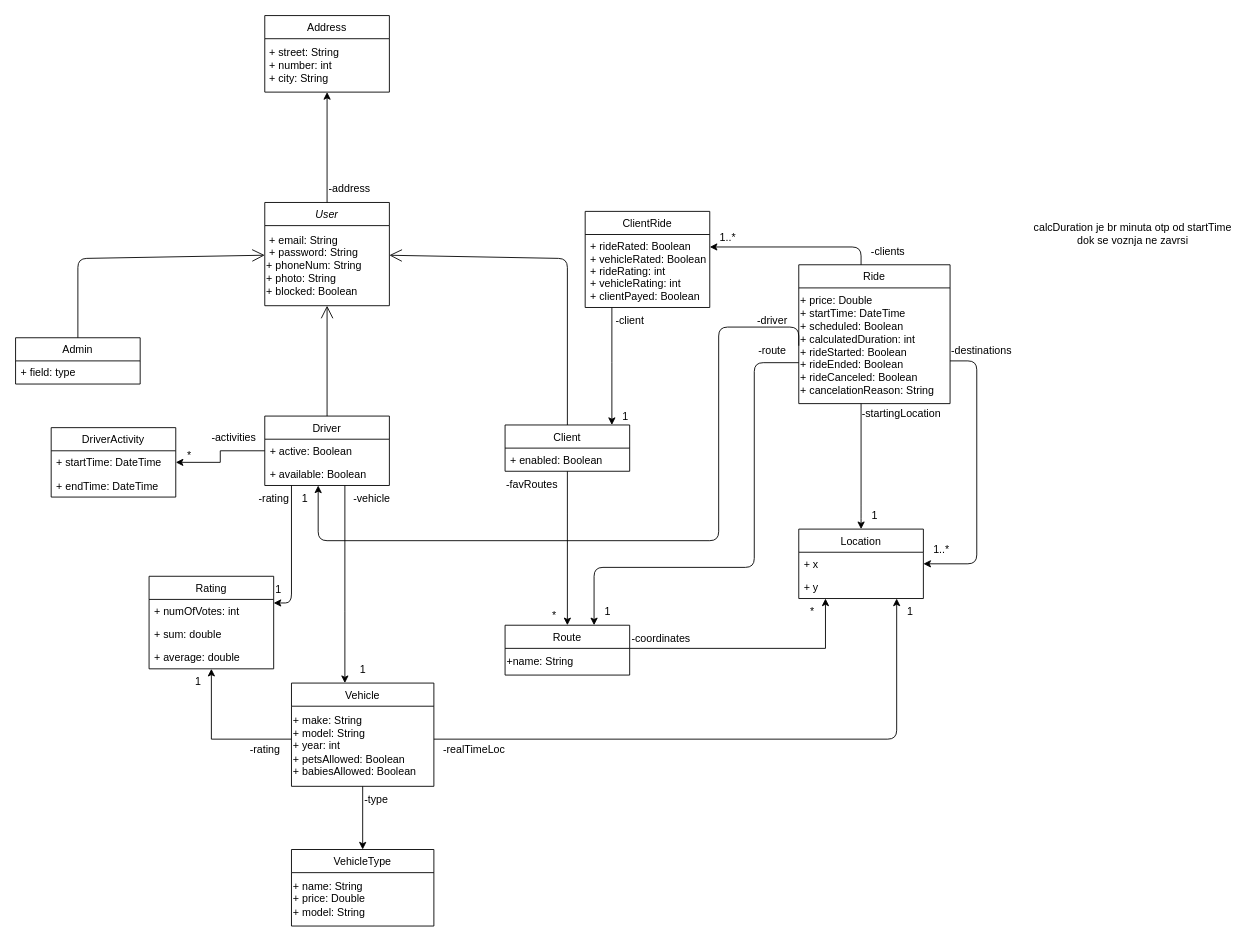
The draw.io diagram classDiagram.drawio in dragicevic19/nwtkts-uber, before the edit. Source tidied: cells renumbered, new cells numbered last; positions are measured from the earlier drawing's top-left corner, leaving out a move shared by most shapes. Both pictures are drawn from the tidied source at 89%, with x=0, y=0 at pixel (15, 15).
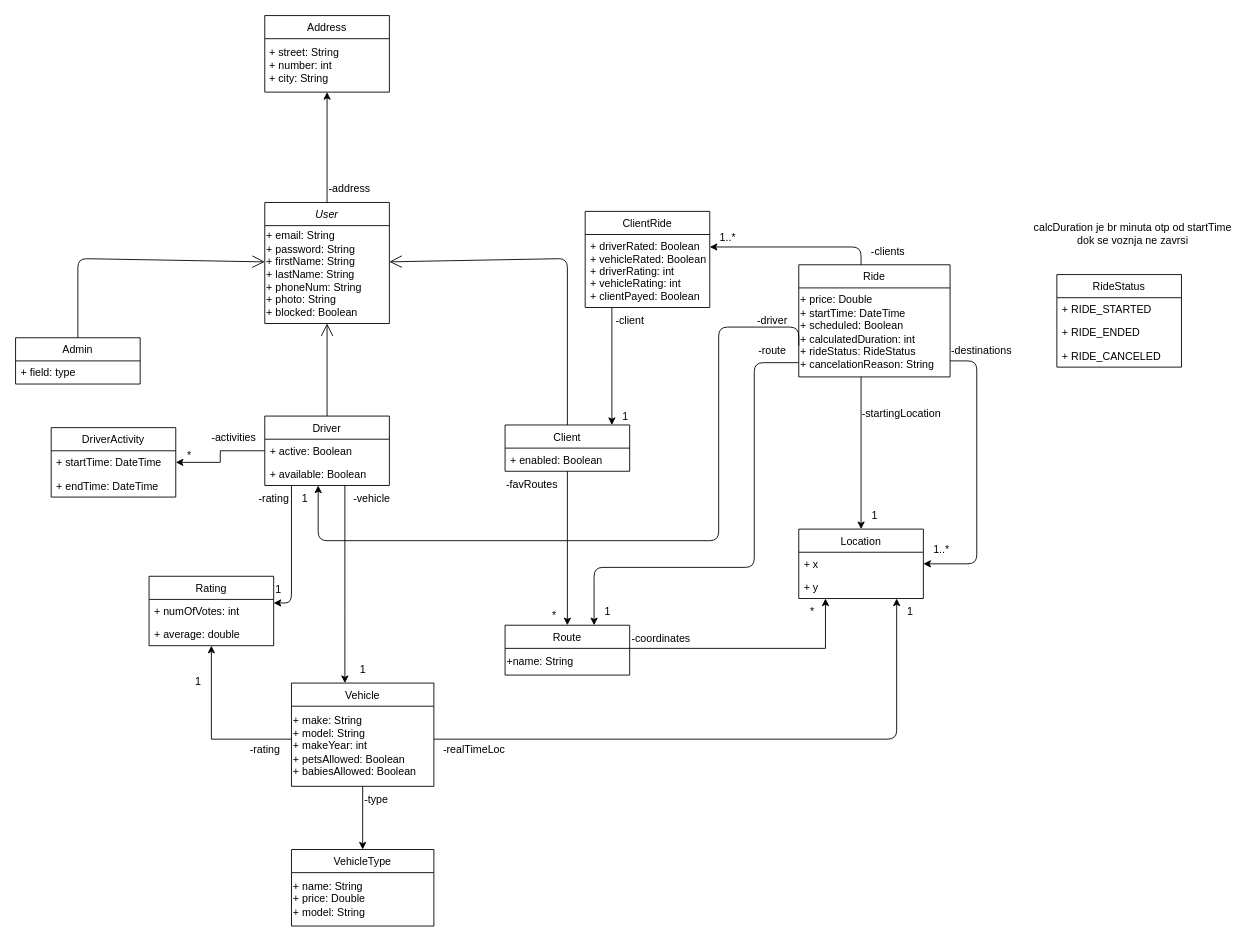
The same page after the edit.

Commit message:
Izmenjen klasni dijagram.

The change refers to these unchanged cells:
```xml
<mxCell id="18" value="Vehicle" style="swimlane;fontStyle=0;horizontal=1;startSize=26;fillColor=none;" parent="1" vertex="1">
  <mxGeometry x="310" y="750" width="160" height="116" as="geometry" />
</mxCell>
<mxCell id="69" value="ClientRide" style="swimlane;fontStyle=0;horizontal=1;startSize=26;fillColor=none;" parent="1" vertex="1">
  <mxGeometry x="640" y="220" width="140" height="108" as="geometry" />
</mxCell>
```

What changed in the source:
```diff
@@
     <mxCell id="3" value="User" style="swimlane;fontStyle=2;horizontal=1;startSize=26;fillColor=none;" parent="1" vertex="1">
-      <mxGeometry x="280" y="210" width="140" height="116" as="geometry" />
+      <mxGeometry x="280" y="210" width="140" height="136" as="geometry" />
     </mxCell>
-    <mxCell id="4" value="&amp;nbsp;+ email: String&lt;br&gt;&amp;nbsp;+ password: String&lt;br&gt;+ phoneNum: String&lt;br&gt;+ photo: String&lt;br&gt;+ blocked: Boolean" style="text;html=1;align=left;verticalAlign=middle;strokeColor=none;fillColor=none;" parent="3" vertex="1">
-      <mxGeometry y="26" width="140" height="90" as="geometry" />
+    <mxCell id="4" value="+ email: String&lt;br&gt;+ password: String&lt;br&gt;+ firstName: String&lt;br&gt;+ lastName: String&lt;br&gt;+ phoneNum: String&lt;br&gt;+ photo: String&lt;br&gt;+ blocked: Boolean" style="text;html=1;align=left;verticalAlign=middle;strokeColor=none;fillColor=none;" parent="3" vertex="1">
+      <mxGeometry y="26" width="140" height="110" as="geometry" />
     </mxCell>
@@
-    <mxCell id="19" value="+ make: String&lt;br&gt;+ model: String&lt;br&gt;+ year: int&lt;br&gt;+ petsAllowed: Boolean&lt;br&gt;+ babiesAllowed: Boolean" style="text;html=1;align=left;verticalAlign=middle;strokeColor=none;fillColor=none;" parent="18" vertex="1">
+    <mxCell id="19" value="+ make: String&lt;br&gt;+ model: String&lt;br&gt;+ makeYear: int&lt;br&gt;+ petsAllowed: Boolean&lt;br&gt;+ babiesAllowed: Boolean" style="text;html=1;align=left;verticalAlign=middle;strokeColor=none;fillColor=none;" parent="18" vertex="1">
       <mxGeometry y="26" width="160" height="90" as="geometry" />
     </mxCell>
@@
     <mxCell id="22" value="Ride" style="swimlane;fontStyle=0;horizontal=1;startSize=26;fillColor=none;" parent="1" vertex="1">
-      <mxGeometry x="880" y="280" width="170" height="156" as="geometry" />
+      <mxGeometry x="880" y="280" width="170" height="126" as="geometry" />
     </mxCell>
-    <mxCell id="23" value="+ price: Double&lt;br&gt;+ startTime: DateTime&lt;br&gt;+ scheduled: Boolean&lt;br&gt;+ calculatedDuration: int&lt;br&gt;+ rideStarted: Boolean&lt;br&gt;+ rideEnded: Boolean&lt;br&gt;+ rideCanceled: Boolean&lt;br&gt;+ cancelationReason: String" style="text;html=1;align=left;verticalAlign=middle;strokeColor=none;fillColor=none;" parent="22" vertex="1">
-      <mxGeometry y="26" width="170" height="130" as="geometry" />
+    <mxCell id="23" value="+ price: Double&lt;br&gt;+ startTime: DateTime&lt;br&gt;+ scheduled: Boolean&lt;br&gt;+ calculatedDuration: int&lt;br&gt;+ rideStatus: RideStatus&lt;br&gt;+ cancelationReason: String" style="text;html=1;align=left;verticalAlign=middle;strokeColor=none;fillColor=none;" parent="22" vertex="1">
+      <mxGeometry y="26" width="170" height="100" as="geometry" />
     </mxCell>
@@
     <mxCell id="40" value="Rating" style="swimlane;fontStyle=0;horizontal=1;startSize=26;fillColor=none;" parent="1" vertex="1">
-      <mxGeometry x="150" y="630" width="140" height="104" as="geometry" />
+      <mxGeometry x="150" y="630" width="140" height="78" as="geometry" />
     </mxCell>
@@
-    <mxCell id="42" value="+ sum: double" style="text;strokeColor=none;fillColor=none;align=left;verticalAlign=top;spacingLeft=4;spacingRight=4;overflow=hidden;" parent="40" vertex="1">
-      <mxGeometry y="52" width="140" height="26" as="geometry" />
-    </mxCell>
     <mxCell id="43" value="+ average: double" style="text;strokeColor=none;fillColor=none;align=left;verticalAlign=top;spacingLeft=4;spacingRight=4;overflow=hidden;" parent="40" vertex="1">
-      <mxGeometry y="78" width="140" height="26" as="geometry" />
+      <mxGeometry y="52" width="140" height="26" as="geometry" />
     </mxCell>
@@
-    <mxCell id="70" value="+ rideRated: Boolean&#10;+ vehicleRated: Boolean&#10;+ rideRating: int&#10;+ vehicleRating: int&#10;+ clientPayed: Boolean" style="text;strokeColor=none;fillColor=none;align=left;verticalAlign=top;spacingLeft=4;spacingRight=4;overflow=hidden;" parent="69" vertex="1">
+    <mxCell id="70" value="+ driverRated: Boolean&#10;+ vehicleRated: Boolean&#10;+ driverRating: int&#10;+ vehicleRating: int&#10;+ clientPayed: Boolean" style="text;strokeColor=none;fillColor=none;align=left;verticalAlign=top;spacingLeft=4;spacingRight=4;overflow=hidden;" parent="69" vertex="1">
       <mxGeometry y="26" width="140" height="82" as="geometry" />
     </mxCell>
@@
+    <mxCell id="83" value="RideStatus" style="swimlane;fontStyle=0;horizontal=1;startSize=26;fillColor=none;" parent="1" vertex="1">
+      <mxGeometry x="1170" y="291" width="140" height="104" as="geometry" />
+    </mxCell>
+    <mxCell id="84" value="+ RIDE_STARTED" style="text;strokeColor=none;fillColor=none;align=left;verticalAlign=top;spacingLeft=4;spacingRight=4;overflow=hidden;" parent="83" vertex="1">
+      <mxGeometry y="26" width="140" height="26" as="geometry" />
+    </mxCell>
+    <mxCell id="85" value="+ RIDE_ENDED" style="text;strokeColor=none;fillColor=none;align=left;verticalAlign=top;spacingLeft=4;spacingRight=4;overflow=hidden;" parent="83" vertex="1">
+      <mxGeometry y="52" width="140" height="26" as="geometry" />
+    </mxCell>
+    <mxCell id="86" value="+ RIDE_CANCELED" style="text;strokeColor=none;fillColor=none;align=left;verticalAlign=top;spacingLeft=4;spacingRight=4;overflow=hidden;" parent="83" vertex="1">
+      <mxGeometry y="78" width="140" height="26" as="geometry" />
+    </mxCell>
```
